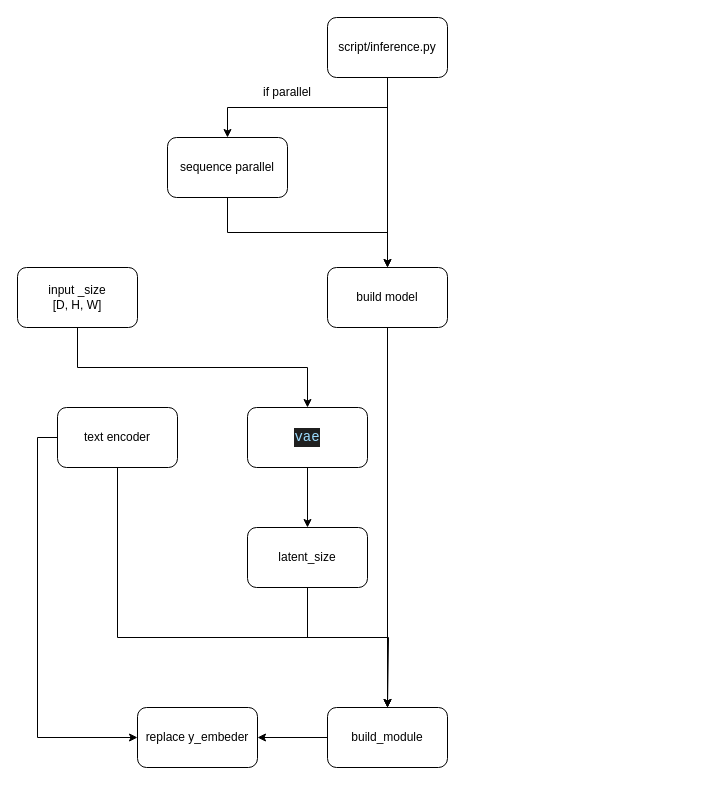
This is Model/MULTI-MODAL/open-sora/open-sora.drawio from huangZchao/LLM-Notebook, a draw.io file, before an edit. Source tidied: cells renumbered, new cells numbered last; positions are measured from the earlier drawing's top-left corner, leaving out a move shared by most shapes. Both pictures are drawn from the tidied source at 100%, with x=0, y=0 at pixel (17, 17).
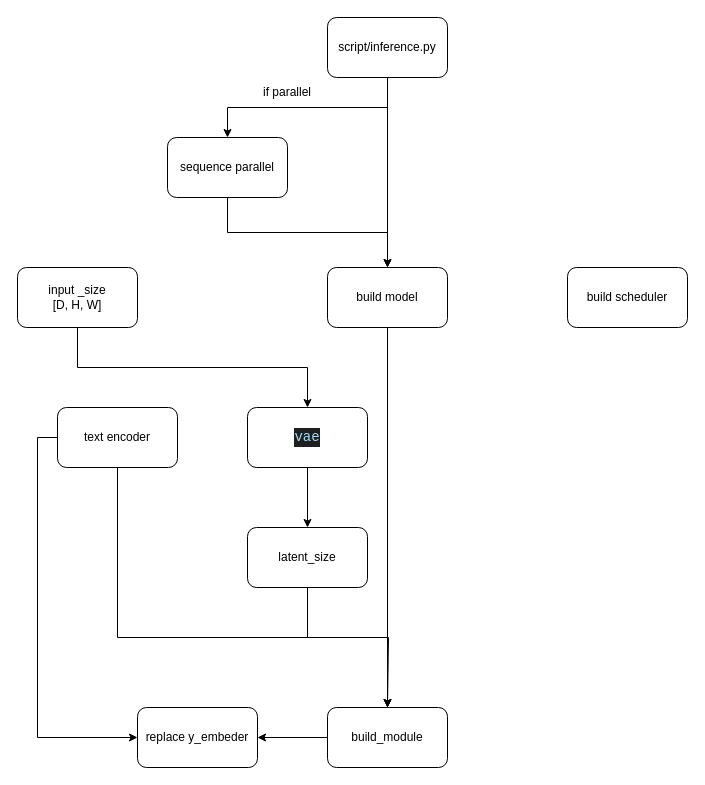
The same page after the edit.

What changed in the source:
```diff
@@
+    <mxCell id="22" value="build scheduler" style="rounded=1;whiteSpace=wrap;html=1;" parent="1" vertex="1">
+      <mxGeometry x="550" y="250" width="120" height="60" as="geometry" />
+    </mxCell>
```
